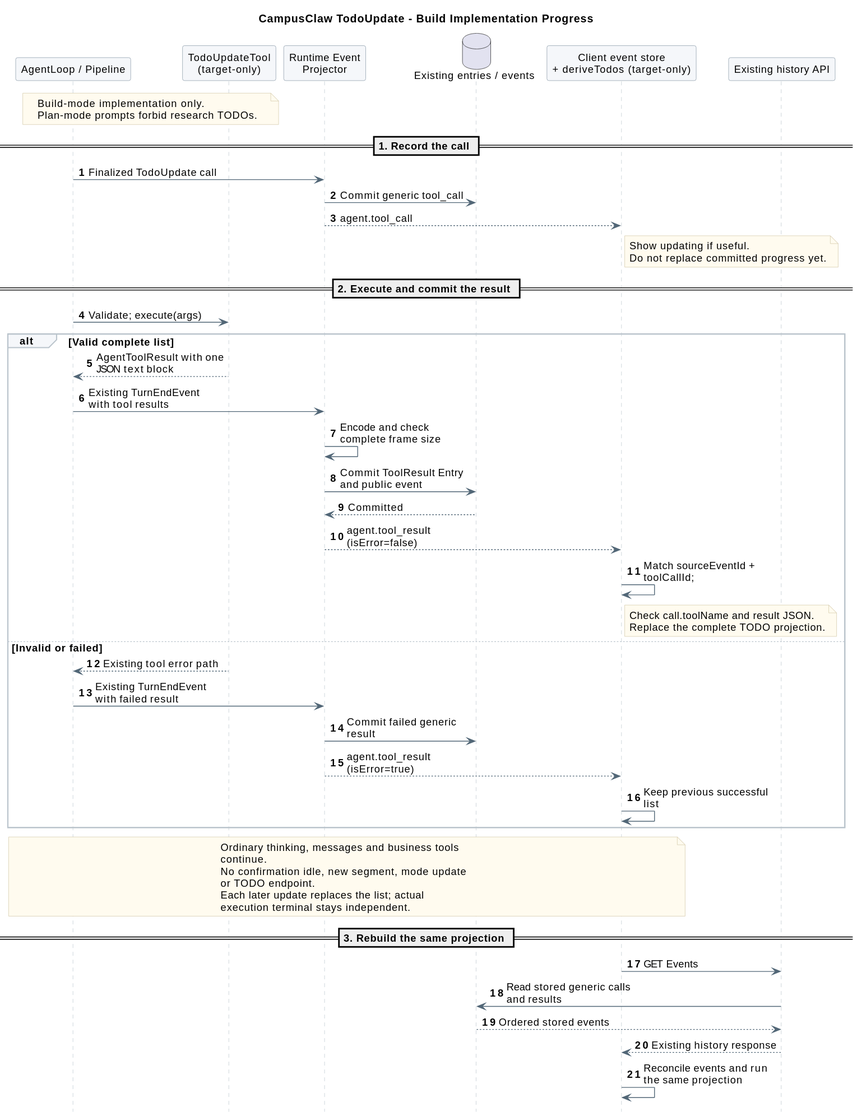
Above: 01-总体架构/06-CampusClaw计划模式/todo_update_sequence.svg in ssm0808/pi-mono-java-design (PlantUML), before the change.
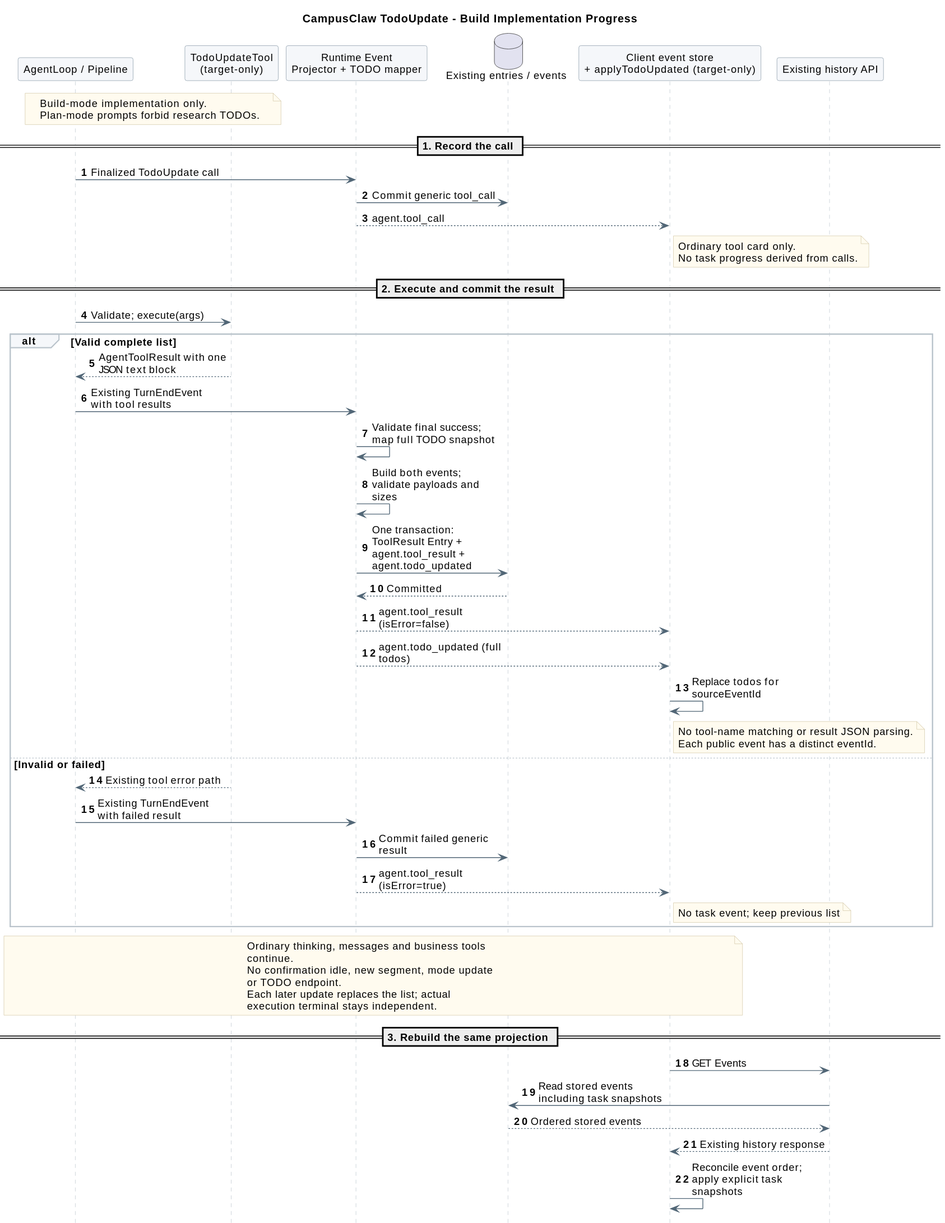
Later version of the same file.

Change to the diagram source:
```diff
@@ -18,9 +18,9 @@
 title CampusClaw TodoUpdate - Build Implementation Progress
 participant "AgentLoop / Pipeline" as Loop
 participant "TodoUpdateTool\n(target-only)" as Todo
-participant "Runtime Event\nProjector" as Projector
+participant "Runtime Event\nProjector + TODO mapper" as Projector
 database "Existing entries / events" as DB
-participant "Client event store\n+ deriveTodos (target-only)" as UI
+participant "Client event store\n+ applyTodoUpdated (target-only)" as UI
 participant "Existing history API" as History
 
 note over Loop,Todo
@@ -32,29 +32,31 @@
 Projector -> DB : Commit generic tool_call
 Projector --> UI : agent.tool_call
 note right of UI
-  Show updating if useful.
-  Do not replace committed progress yet.
+  Ordinary tool card only.
+  No task progress derived from calls.
 end note
 == 2. Execute and commit the result ==
 Loop -> Todo : Validate; execute(args)
 alt Valid complete list
   Todo --> Loop : AgentToolResult with one JSON text block
   Loop -> Projector : Existing TurnEndEvent with tool results
-  Projector -> Projector : Encode and check complete frame size
-  Projector -> DB : Commit ToolResult Entry and public event
+  Projector -> Projector : Validate final success; map full TODO snapshot
+  Projector -> Projector : Build both events; validate payloads and sizes
+  Projector -> DB : One transaction: ToolResult Entry +\nagent.tool_result + agent.todo_updated
   DB --> Projector : Committed
   Projector --> UI : agent.tool_result (isError=false)
-  UI -> UI : Match sourceEventId + toolCallId;
+  Projector --> UI : agent.todo_updated (full todos)
+  UI -> UI : Replace todos for sourceEventId
   note right of UI
-  Check call.toolName and result JSON.
-  Replace the complete TODO projection.
+  No tool-name matching or result JSON parsing.
+  Each public event has a distinct eventId.
   end note
 else Invalid or failed
   Todo --> Loop : Existing tool error path
   Loop -> Projector : Existing TurnEndEvent with failed result
   Projector -> DB : Commit failed generic result
   Projector --> UI : agent.tool_result (isError=true)
-  UI -> UI : Keep previous successful list
+  note right of UI : No task event; keep previous list
 end
 note over Loop,UI
   Ordinary thinking, messages and business tools
@@ -66,8 +68,8 @@
 end note
 == 3. Rebuild the same projection ==
 UI -> History : GET Events
-History -> DB : Read stored generic calls and results
+History -> DB : Read stored events including task snapshots
 DB --> History : Ordered stored events
 History --> UI : Existing history response
-UI -> UI : Reconcile events and run the same projection
+UI -> UI : Reconcile event order; apply explicit task snapshots
 @enduml
```
